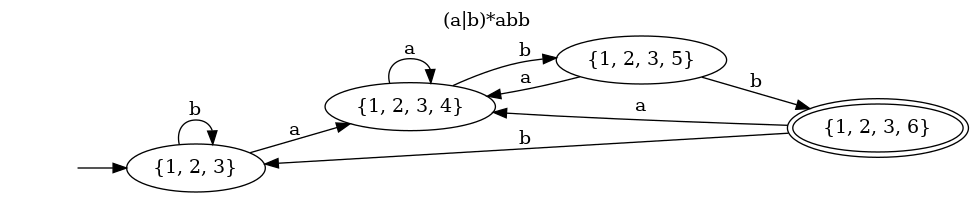
Above: dfa.png in anthony-sv/Regex2DFA (Graphviz), before the change. Its source is kept beside it as dfa.gv.
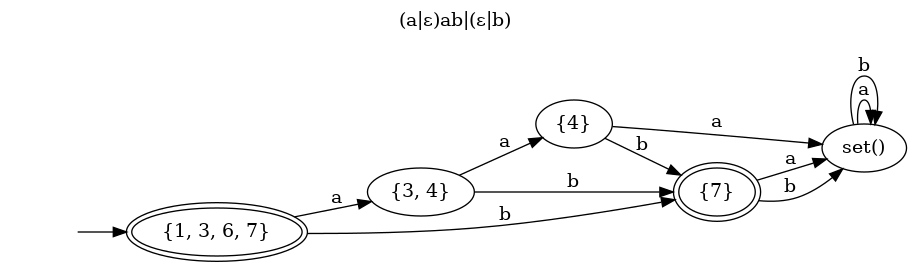
The same file after the commit.

Change to the diagram source:
```diff
@@ -1,18 +1,21 @@
 digraph G {
 	rankdir=LR
 	labelloc="t";
-	label="(a|b)*abb"
-	" " [shape=plaintext]	"{1, 2, 3}"
-	"{1, 2, 3, 4}"
-	"{1, 2, 3, 5}"
-	"{1, 2, 3, 6}" [peripheries=2]
-	" " -> "{1, 2, 3}"
-	"{1, 2, 3}" -> "{1, 2, 3, 4}" [label="a"]
-	"{1, 2, 3}" -> "{1, 2, 3}" [label="b"]
-	"{1, 2, 3, 4}" -> "{1, 2, 3, 4}" [label="a"]
-	"{1, 2, 3, 4}" -> "{1, 2, 3, 5}" [label="b"]
-	"{1, 2, 3, 5}" -> "{1, 2, 3, 4}" [label="a"]
-	"{1, 2, 3, 5}" -> "{1, 2, 3, 6}" [label="b"]
-	"{1, 2, 3, 6}" -> "{1, 2, 3, 4}" [label="a"]
-	"{1, 2, 3, 6}" -> "{1, 2, 3}" [label="b"]
+	label="(a|ε)ab|(ε|b)"
+	" " [shape=plaintext]	"{1, 3, 6, 7}" [peripheries=2]
+	"{3, 4}"
+	"{7}" [peripheries=2]
+	"set()"
+	"{4}"
+	" " -> "{1, 3, 6, 7}"
+	"{1, 3, 6, 7}" -> "{3, 4}" [label="a"]
+	"{1, 3, 6, 7}" -> "{7}" [label="b"]
+	"{7}" -> "set()" [label="a"]
+	"{7}" -> "set()" [label="b"]
+	"set()" -> "set()" [label="a"]
+	"set()" -> "set()" [label="b"]
+	"{3, 4}" -> "{4}" [label="a"]
+	"{3, 4}" -> "{7}" [label="b"]
+	"{4}" -> "set()" [label="a"]
+	"{4}" -> "{7}" [label="b"]
 }
```
